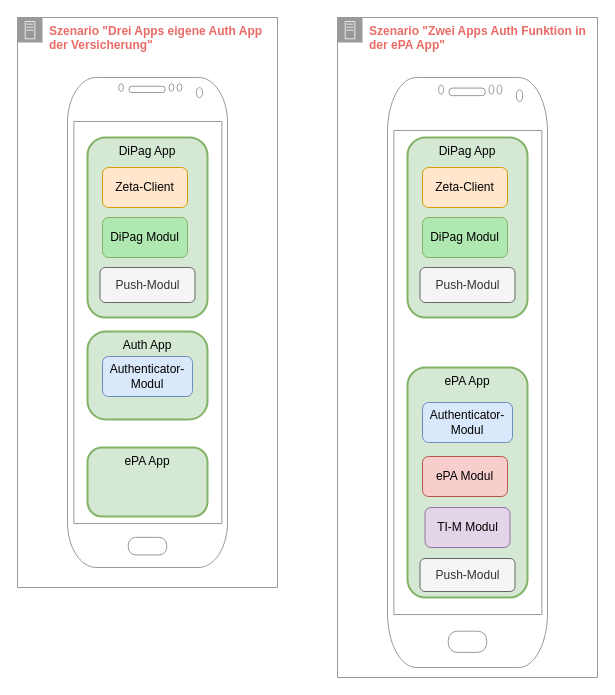
Earlier version of the draw.io diagram image_src/DiPag_only_Integrationsszenarien.drawio (gematik/ig-versicherten-app). Source tidied: cells renumbered, new cells numbered last; positions are measured from the earlier drawing's top-left corner, leaving out a move shared by most shapes. Both pictures are drawn from the tidied source at 100%, with x=0, y=0 at pixel (17, 17).
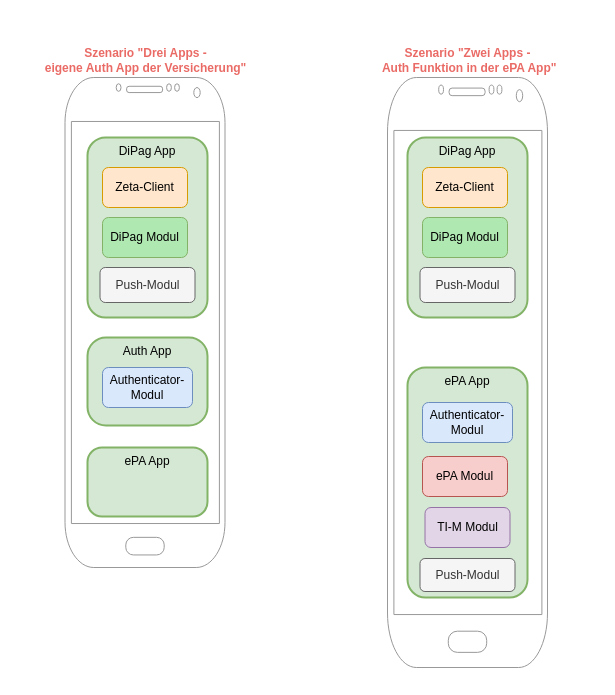
The same page after the edit.

Commit message (it also covers changes not shown here):
docs: update integration scenarios and improve diagram clarity

The edit, as a diff of the source:
```diff
@@
-    <mxCell id="2" value="&lt;b style=&quot;border-color: var(--border-color); color: rgb(234, 107, 102);&quot;&gt;Szenario&amp;nbsp;&lt;/b&gt;&lt;font style=&quot;border-color: var(--border-color);&quot; color=&quot;#ea6b66&quot;&gt;&lt;b style=&quot;border-color: var(--border-color);&quot;&gt;&quot;Zwei Apps Auth Funktion in der ePA App&quot;&lt;/b&gt;&lt;/font&gt;" style="sketch=0;gradientColor=none;html=1;whiteSpace=wrap;fontSize=12;fontStyle=0;shape=mxgraph.aws4.group;grIcon=mxgraph.aws4.group_on_premise;strokeColor=#999999;fillColor=default;verticalAlign=top;align=left;spacingLeft=30;fontColor=#232F3E;dashed=0;" parent="1" vertex="1">
-      <mxGeometry x="320" width="260" height="660" as="geometry" />
-    </mxCell>
-    <mxCell id="3" style="verticalLabelPosition=bottom;verticalAlign=top;html=1;shadow=0;dashed=0;strokeWidth=1;shape=mxgraph.android.phone2;strokeColor=#999999;" parent="1" vertex="1">
+    <mxCell id="3" value="&lt;b style=&quot;border-color: rgb(218, 220, 224); color: rgb(234, 107, 102);&quot;&gt;Szenario&amp;nbsp;&lt;/b&gt;&lt;font style=&quot;border-color: rgb(218, 220, 224);&quot; color=&quot;#ea6b66&quot;&gt;&lt;b style=&quot;border-color: rgb(218, 220, 224);&quot;&gt;&quot;Zwei Apps -&lt;br&gt;&amp;nbsp;Auth Funktion in der ePA App&quot;&lt;/b&gt;&lt;/font&gt;" style="verticalLabelPosition=top;verticalAlign=bottom;html=1;shadow=0;dashed=0;strokeWidth=1;shape=mxgraph.android.phone2;strokeColor=#999999;labelPosition=center;align=center;" parent="1" vertex="1">
       <mxGeometry x="370" y="60" width="160" height="590" as="geometry" />
     </mxCell>
-    <mxCell id="4" value="&lt;b style=&quot;border-color: var(--border-color); color: rgb(234, 107, 102);&quot;&gt;Szenario&amp;nbsp;&lt;/b&gt;&lt;font style=&quot;border-color: var(--border-color);&quot; color=&quot;#ea6b66&quot;&gt;&lt;b style=&quot;border-color: var(--border-color);&quot;&gt;&quot;Drei Apps eigene Auth App der Versicherung&quot;&lt;/b&gt;&lt;/font&gt;" style="sketch=0;gradientColor=none;html=1;whiteSpace=wrap;fontSize=12;fontStyle=0;shape=mxgraph.aws4.group;grIcon=mxgraph.aws4.group_on_premise;strokeColor=#999999;fillColor=default;verticalAlign=top;align=left;spacingLeft=30;fontColor=#232F3E;dashed=0;" parent="1" vertex="1">
-      <mxGeometry width="260" height="570" as="geometry" />
-    </mxCell>
-    <mxCell id="5" style="verticalLabelPosition=bottom;verticalAlign=top;html=1;shadow=0;dashed=0;strokeWidth=1;shape=mxgraph.android.phone2;strokeColor=#999999;" parent="1" vertex="1">
-      <mxGeometry x="50" y="60" width="160" height="490" as="geometry" />
+    <mxCell id="5" value="&lt;b style=&quot;border-color: rgb(218, 220, 224); text-align: left; background-color: rgb(255, 255, 255); color: rgb(234, 107, 102);&quot;&gt;Szenario&amp;nbsp;&lt;/b&gt;&lt;font style=&quot;border-color: rgb(218, 220, 224); text-align: left; background-color: rgb(255, 255, 255);&quot; color=&quot;#ea6b66&quot;&gt;&lt;b style=&quot;border-color: rgb(218, 220, 224);&quot;&gt;&quot;Drei Apps - &lt;br&gt;eigene Auth App der Versicherung&quot;&lt;/b&gt;&lt;/font&gt;" style="verticalLabelPosition=top;verticalAlign=bottom;html=1;shadow=0;dashed=0;strokeWidth=1;shape=mxgraph.android.phone2;strokeColor=#999999;labelPosition=center;align=center;" parent="1" vertex="1">
+      <mxGeometry x="47.5" y="60" width="160" height="490" as="geometry" />
     </mxCell>
@@
     <mxCell id="8" value="Auth App" style="rounded=1;whiteSpace=wrap;html=1;horizontal=1;verticalAlign=top;fillColor=#d5e8d4;strokeColor=#82b366;strokeWidth=2;arcSize=21;" parent="1" vertex="1">
-      <mxGeometry x="70" y="314" width="120" height="88" as="geometry" />
+      <mxGeometry x="70" y="320" width="120" height="88" as="geometry" />
     </mxCell>
@@
-    <mxCell id="10" value="ePA App" style="rounded=1;whiteSpace=wrap;html=1;horizontal=1;verticalAlign=top;fillColor=#d5e8d4;strokeColor=#82b366;strokeWidth=2;" parent="1" vertex="1">
+    <mxCell id="10" value="ePA App" style="rounded=1;whiteSpace=wrap;html=1;horizontal=1;verticalAlign=top;fillColor=#d5e8d4;strokeColor=#82b366;strokeWidth=2;arcSize=15;" parent="1" vertex="1">
       <mxGeometry x="390" y="350" width="120" height="230" as="geometry" />
     </mxCell>
@@
     <mxCell id="12" value="Authenticator-Modul" style="rounded=1;whiteSpace=wrap;html=1;fillColor=#dae8fc;strokeColor=#6c8ebf;" parent="1" vertex="1">
-      <mxGeometry x="85" y="339" width="90" height="40" as="geometry" />
+      <mxGeometry x="85" y="350" width="90" height="40" as="geometry" />
     </mxCell>
```
